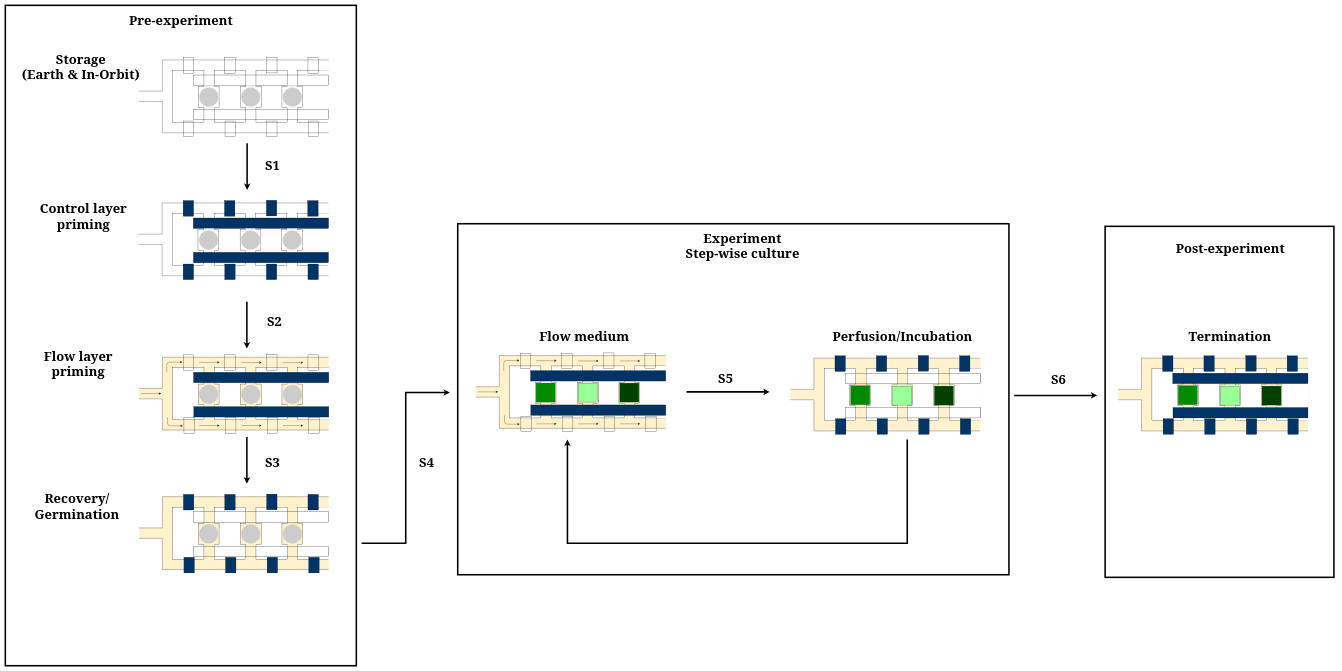
Above: Experimental_mode_transitions.drawio in AcubeSAT/microfluidics (draw.io), before the change. Source tidied: cells renumbered, new cells numbered last; positions are measured from the earlier drawing's top-left corner, leaving out a move shared by most shapes. Both pictures are drawn from the tidied source at 26%, with x=0, y=0 at pixel (5, 5).
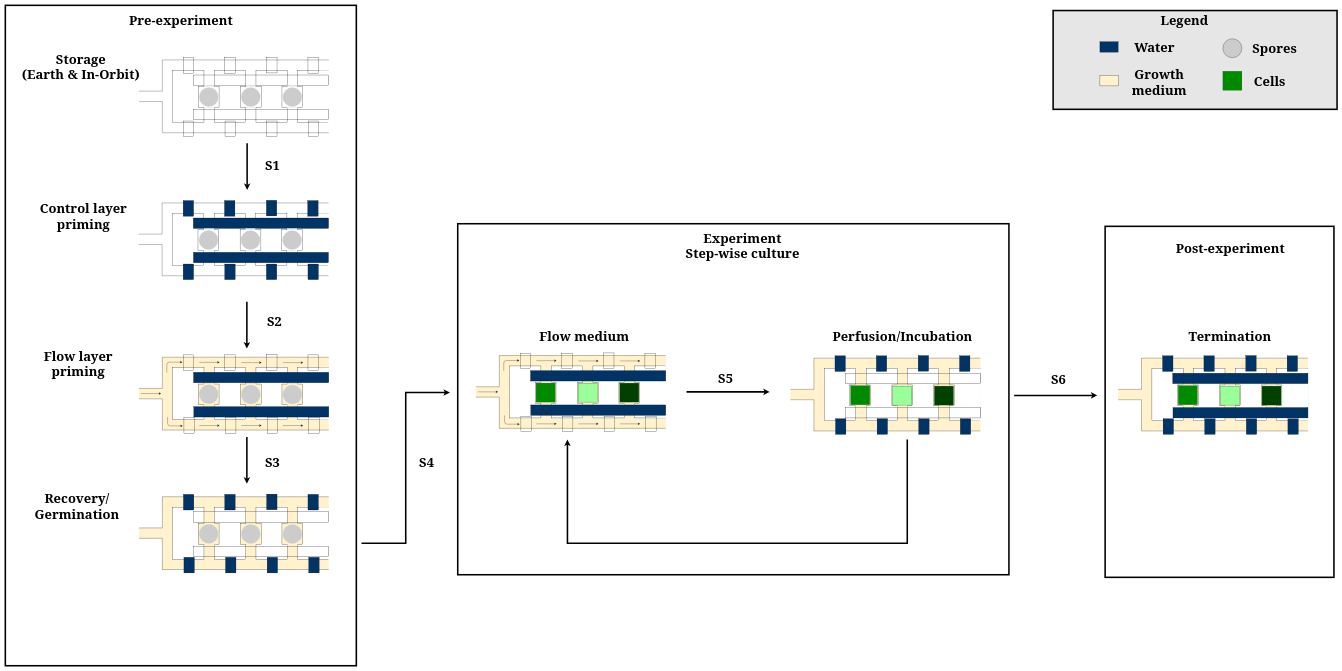
After the change.

Change to the diagram source:
```diff
@@
+    <mxCell id="299" style="rounded=0;whiteSpace=wrap;html=1;strokeWidth=6;fontFamily=Georgia;fontSize=50;fillColor=#E6E6E6;" parent="1" vertex="1">
+      <mxGeometry x="4030" y="20" width="1092" height="380" as="geometry" />
+    </mxCell>
+    <mxCell id="300" value="&lt;font face=&quot;Georgia&quot;&gt;&lt;b&gt;Legend&lt;/b&gt;&lt;/font&gt;" style="text;html=1;strokeColor=none;fillColor=none;align=center;verticalAlign=middle;whiteSpace=wrap;rounded=0;fontFamily=Georgia;fontSize=50;" parent="1" vertex="1">
+      <mxGeometry x="4470" y="30" width="130" height="50" as="geometry" />
+    </mxCell>
+    <mxCell id="301" style="rounded=0;whiteSpace=wrap;html=1;direction=north;fontColor=#ffffff;fillColor=#003366;fontFamily=Georgia;fontSize=50;" parent="1" vertex="1">
+      <mxGeometry x="4210" y="140" width="70" height="40" as="geometry" />
+    </mxCell>
+    <mxCell id="302" style="rounded=0;whiteSpace=wrap;html=1;direction=north;fontColor=#ffffff;fontFamily=Georgia;fontSize=50;fillColor=#FFF2CC;" parent="1" vertex="1">
+      <mxGeometry x="4210" y="270" width="70" height="40" as="geometry" />
+    </mxCell>
+    <mxCell id="303" value="&lt;font face=&quot;Georgia&quot;&gt;&lt;b&gt;Water&lt;/b&gt;&lt;/font&gt;" style="text;html=1;strokeColor=none;fillColor=none;align=center;verticalAlign=middle;whiteSpace=wrap;rounded=0;fontFamily=Georgia;fontSize=50;" parent="1" vertex="1">
+      <mxGeometry x="4400" y="150" width="40" height="20" as="geometry" />
+    </mxCell>
+    <mxCell id="304" value="&lt;font face=&quot;Georgia&quot;&gt;&lt;b&gt;Growth medium&lt;/b&gt;&lt;/font&gt;" style="text;html=1;strokeColor=none;fillColor=none;align=center;verticalAlign=middle;whiteSpace=wrap;rounded=0;fontFamily=Georgia;fontSize=50;" parent="1" vertex="1">
+      <mxGeometry x="4363" y="250" width="150" height="90" as="geometry" />
+    </mxCell>
+    <mxCell id="305" value="&lt;font face=&quot;Georgia&quot;&gt;&lt;b&gt;Spores&lt;/b&gt;&lt;/font&gt;" style="text;html=1;strokeColor=none;fillColor=none;align=center;verticalAlign=middle;whiteSpace=wrap;rounded=0;fontFamily=Georgia;fontSize=50;" parent="1" vertex="1">
+      <mxGeometry x="4816.5" y="140" width="130" height="50" as="geometry" />
+    </mxCell>
+    <mxCell id="306" style="whiteSpace=wrap;html=1;fillColor=#008a00;strokeColor=#005700;fontColor=#ffffff;fontFamily=Georgia;fontSize=50;" parent="1" vertex="1">
+      <mxGeometry x="4683" y="253.5" width="73" height="73" as="geometry" />
+    </mxCell>
+    <mxCell id="307" style="ellipse;whiteSpace=wrap;html=1;fillColor=#CCCCCC;fontFamily=Georgia;fontSize=50;" parent="1" vertex="1">
+      <mxGeometry x="4683" y="128.5" width="73" height="73" as="geometry" />
+    </mxCell>
+    <mxCell id="308" value="&lt;font face=&quot;Georgia&quot;&gt;&lt;b&gt;Cells&lt;/b&gt;&lt;/font&gt;" style="text;html=1;strokeColor=none;fillColor=none;align=center;verticalAlign=middle;whiteSpace=wrap;rounded=0;fontFamily=Georgia;fontSize=50;" parent="1" vertex="1">
+      <mxGeometry x="4798" y="265" width="130" height="50" as="geometry" />
+    </mxCell>
```
